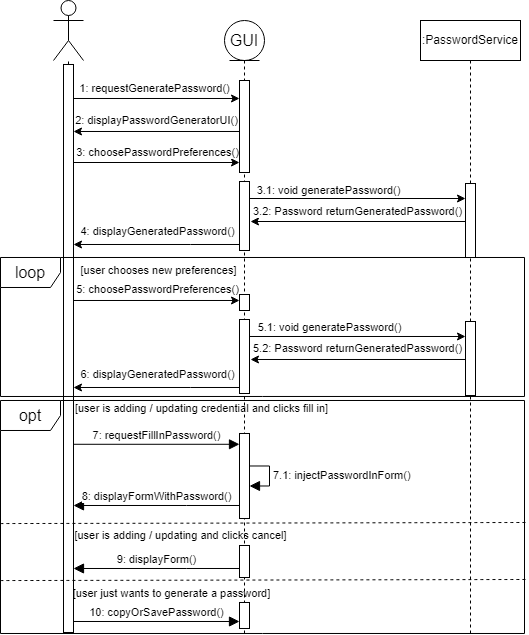
NemesisXVll/SDPGroupRepo keeps this draw.io diagram as Diagrams/GeneratePassword_SD.drawio.png. Above is the earlier version. Source tidied: cells renumbered, new cells last; positions are measured from the earlier drawing's top-left corner, leaving out a move shared by most shapes.
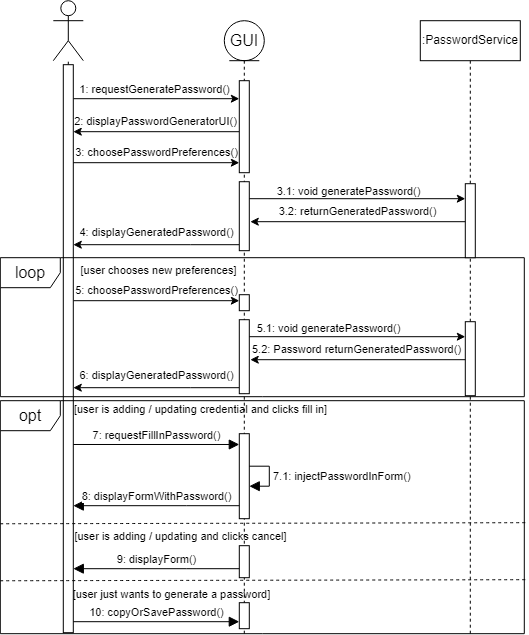
The same file after the commit.

Diff of the diagram source:
```diff
@@ -8,75 +8,75 @@
     <mxCell id="3" style="html=1;points=[];perimeter=orthogonalPerimeter;outlineConnect=0;targetShapes=umlLifeline;portConstraint=eastwest;newEdgeStyle={&quot;edgeStyle&quot;:&quot;elbowEdgeStyle&quot;,&quot;elbow&quot;:&quot;vertical&quot;,&quot;curved&quot;:0,&quot;rounded&quot;:0};" parent="2" vertex="1">
       <mxGeometry x="45" y="301" width="10" height="74" as="geometry" />
     </mxCell>
-    <mxCell id="4" style="shape=umlActor;verticalLabelPosition=bottom;verticalAlign=top;html=1;outlineConnect=0;" parent="1" vertex="1">
-      <mxGeometry x="53" width="30" height="60" as="geometry" />
-    </mxCell>
-    <mxCell id="5" style="endArrow=none;dashed=1;html=1;rounded=0;" parent="1" edge="1" source="22" target="4">
-      <mxGeometry relative="1" as="geometry" />
-    </mxCell>
-    <mxCell id="6" style="endArrow=classic;html=1;rounded=0;" parent="1" edge="1">
-      <mxGeometry relative="1" as="geometry">
-        <mxPoint x="73" y="98" as="sourcePoint" />
-        <mxPoint x="239" y="98" as="targetPoint" />
-      </mxGeometry>
-    </mxCell>
+    <mxCell id="49" style="shape=umlActor;verticalLabelPosition=bottom;verticalAlign=top;html=1;outlineConnect=0;" parent="1" vertex="1">
+      <mxGeometry x="53" width="30" height="60" as="geometry" />
+    </mxCell>
+    <mxCell id="50" style="endArrow=none;dashed=1;html=1;rounded=0;" parent="1" edge="1" source="57" target="49">
+      <mxGeometry relative="1" as="geometry" />
+    </mxCell>
+    <mxCell id="51" style="endArrow=classic;html=1;rounded=0;" parent="1" edge="1">
+      <mxGeometry relative="1" as="geometry">
+        <mxPoint x="73" y="98" as="sourcePoint" />
+        <mxPoint x="239" y="98" as="targetPoint" />
+      </mxGeometry>
+    </mxCell>
-    <mxCell id="7" value="1: requestGeneratePassword()" style="edgeLabel;html=1;align=center;verticalAlign=middle;fontSize=11;" parent="6" vertex="1">
+    <mxCell id="7" value="1: requestGeneratePassword()" style="edgeLabel;html=1;align=center;verticalAlign=middle;fontSize=11;" parent="51" vertex="1">
       <mxGeometry y="2" relative="1" as="geometry">
         <mxPoint x="-2" y="-8" as="offset" />
       </mxGeometry>
     </mxCell>
-    <mxCell id="8" style="endArrow=classic;html=1;rounded=0;" parent="1" edge="1">
-      <mxGeometry relative="1" as="geometry">
-        <mxPoint x="239" y="131" as="sourcePoint" />
-        <mxPoint x="73" y="131" as="targetPoint" />
-      </mxGeometry>
-    </mxCell>
+    <mxCell id="52" style="endArrow=classic;html=1;rounded=0;" parent="1" edge="1">
+      <mxGeometry relative="1" as="geometry">
+        <mxPoint x="239" y="131" as="sourcePoint" />
+        <mxPoint x="73" y="131" as="targetPoint" />
+      </mxGeometry>
+    </mxCell>
-    <mxCell id="9" value="2: displayPasswordGeneratorUI()" style="edgeLabel;html=1;align=center;verticalAlign=middle;fontSize=11;" parent="8" vertex="1">
+    <mxCell id="9" value="2: displayPasswordGeneratorUI()" style="edgeLabel;html=1;align=center;verticalAlign=middle;fontSize=11;" parent="52" vertex="1">
       <mxGeometry x="0.01" relative="1" as="geometry">
         <mxPoint y="-11" as="offset" />
       </mxGeometry>
     </mxCell>
-    <mxCell id="10" style="endArrow=classic;html=1;rounded=0;" parent="1" edge="1">
-      <mxGeometry relative="1" as="geometry">
-        <mxPoint x="73" y="300" as="sourcePoint" />
-        <mxPoint x="239" y="300" as="targetPoint" />
-      </mxGeometry>
-    </mxCell>
+    <mxCell id="53" style="endArrow=classic;html=1;rounded=0;" parent="1" edge="1">
+      <mxGeometry relative="1" as="geometry">
+        <mxPoint x="73" y="300" as="sourcePoint" />
+        <mxPoint x="239" y="300" as="targetPoint" />
+      </mxGeometry>
+    </mxCell>
-    <mxCell id="11" value="5: choosePasswordPreferences()" style="edgeLabel;html=1;align=center;verticalAlign=middle;" parent="10" vertex="1">
+    <mxCell id="11" value="5: choosePasswordPreferences()" style="edgeLabel;html=1;align=center;verticalAlign=middle;" parent="53" vertex="1">
       <mxGeometry relative="1" as="geometry">
         <mxPoint y="-11" as="offset" />
       </mxGeometry>
     </mxCell>
-    <mxCell id="12" style="endArrow=classic;html=1;rounded=0;" parent="1" edge="1" target="3">
-      <mxGeometry relative="1" as="geometry">
-        <mxPoint x="248" y="336" as="sourcePoint" />
-      </mxGeometry>
-    </mxCell>
+    <mxCell id="54" style="endArrow=classic;html=1;rounded=0;" parent="1" edge="1" target="3">
+      <mxGeometry relative="1" as="geometry">
+        <mxPoint x="248" y="336" as="sourcePoint" />
+      </mxGeometry>
+    </mxCell>
-    <mxCell id="13" value="5.1: void generatePassword()" style="edgeLabel;html=1;align=center;verticalAlign=middle;" parent="12" vertex="1">
+    <mxCell id="13" value="5.1: void generatePassword()" style="edgeLabel;html=1;align=center;verticalAlign=middle;" parent="54" vertex="1">
       <mxGeometry relative="1" as="geometry">
         <mxPoint x="-29" y="-9" as="offset" />
       </mxGeometry>
     </mxCell>
-    <mxCell id="14" style="endArrow=classic;html=1;rounded=0;" parent="1" edge="1" source="3">
-      <mxGeometry relative="1" as="geometry">
-        <mxPoint x="250" y="359" as="targetPoint" />
-      </mxGeometry>
-    </mxCell>
+    <mxCell id="55" style="endArrow=classic;html=1;rounded=0;" parent="1" edge="1" source="3">
+      <mxGeometry relative="1" as="geometry">
+        <mxPoint x="250" y="359" as="targetPoint" />
+      </mxGeometry>
+    </mxCell>
-    <mxCell id="15" value="5.2: Password returnGeneratedPassword()" style="edgeLabel;html=1;align=center;verticalAlign=middle;" parent="14" vertex="1">
+    <mxCell id="15" value="5.2: Password returnGeneratedPassword()" style="edgeLabel;html=1;align=center;verticalAlign=middle;" parent="55" vertex="1">
       <mxGeometry relative="1" as="geometry">
         <mxPoint x="-1" y="-11" as="offset" />
       </mxGeometry>
     </mxCell>
-    <mxCell id="16" style="endArrow=classic;html=1;rounded=0;" parent="1" edge="1">
-      <mxGeometry relative="1" as="geometry">
-        <mxPoint x="239" y="387" as="sourcePoint" />
-        <mxPoint x="73" y="387" as="targetPoint" />
-        <Array as="points">
-          <mxPoint x="190" y="387" />
-        </Array>
-      </mxGeometry>
-    </mxCell>
+    <mxCell id="56" style="endArrow=classic;html=1;rounded=0;" parent="1" edge="1">
+      <mxGeometry relative="1" as="geometry">
+        <mxPoint x="239" y="387" as="sourcePoint" />
+        <mxPoint x="73" y="387" as="targetPoint" />
+        <Array as="points">
+          <mxPoint x="190" y="387" />
+        </Array>
+      </mxGeometry>
+    </mxCell>
-    <mxCell id="17" value="6: displayGeneratedPassword()" style="edgeLabel;html=1;align=center;verticalAlign=middle;" parent="16" vertex="1">
+    <mxCell id="17" value="6: displayGeneratedPassword()" style="edgeLabel;html=1;align=center;verticalAlign=middle;" parent="56" vertex="1">
       <mxGeometry relative="1" as="geometry">
         <mxPoint y="-13" as="offset" />
       </mxGeometry>
@@ -93,18 +93,18 @@
     <mxCell id="21" style="html=1;perimeter=orthogonalPerimeter;targetShapes=umlLifeline;newEdgeStyle={&quot;curved&quot;:0,&quot;rounded&quot;:0};fontSize=16;" parent="18" vertex="1">
       <mxGeometry x="15" y="525" width="10" height="32" as="geometry" />
     </mxCell>
-    <mxCell id="22" style="html=1;points=[[0,0,0,0,5],[0,1,0,0,-5],[1,0,0,0,5],[1,1,0,0,-5]];perimeter=orthogonalPerimeter;outlineConnect=0;targetShapes=umlLifeline;portConstraint=eastwest;newEdgeStyle={&quot;curved&quot;:0,&quot;rounded&quot;:0};fontSize=16;" parent="1" vertex="1">
-      <mxGeometry x="63" y="64" width="10" height="568" as="geometry" />
-    </mxCell>
+    <mxCell id="57" style="html=1;points=[[0,0,0,0,5],[0,1,0,0,-5],[1,0,0,0,5],[1,1,0,0,-5]];perimeter=orthogonalPerimeter;outlineConnect=0;targetShapes=umlLifeline;portConstraint=eastwest;newEdgeStyle={&quot;curved&quot;:0,&quot;rounded&quot;:0};fontSize=16;" parent="1" vertex="1">
+      <mxGeometry x="63" y="64" width="10" height="568" as="geometry" />
+    </mxCell>
     <mxCell id="23" value="opt" style="shape=umlFrame;whiteSpace=wrap;html=1;fontSize=16;" parent="1" vertex="1">
       <mxGeometry y="400" width="524" height="233" as="geometry" />
     </mxCell>
-    <mxCell id="24" style="endArrow=none;dashed=1;html=1;rounded=0;fontSize=12;startSize=8;endSize=8;curved=1;entryX=1.008;entryY=0.256;entryDx=0;entryDy=0;entryPerimeter=0;exitX=0.002;exitY=0.26;exitDx=0;exitDy=0;exitPerimeter=0;" parent="1" edge="1">
-      <mxGeometry relative="1" as="geometry">
-        <mxPoint y="523.1" as="sourcePoint" />
-        <mxPoint x="527.1" y="522" as="targetPoint" />
-      </mxGeometry>
-    </mxCell>
+    <mxCell id="58" style="endArrow=none;dashed=1;html=1;rounded=0;fontSize=12;startSize=8;endSize=8;curved=1;entryX=1.008;entryY=0.256;entryDx=0;entryDy=0;entryPerimeter=0;exitX=0.002;exitY=0.26;exitDx=0;exitDy=0;exitPerimeter=0;" parent="1" edge="1">
+      <mxGeometry relative="1" as="geometry">
+        <mxPoint y="523.1" as="sourcePoint" />
+        <mxPoint x="527.1" y="522" as="targetPoint" />
+      </mxGeometry>
+    </mxCell>
     <mxCell id="25" value="[user is adding / updating credential and clicks fill in]" style="text;html=1;align=center;verticalAlign=middle;strokeColor=none;fillColor=none;fontSize=11;" parent="1" vertex="1">
       <mxGeometry x="65" y="396" width="271" height="25" as="geometry" />
     </mxCell>
@@ -117,70 +117,70 @@
     <mxCell id="28" value="[user chooses new preferences]" style="text;html=1;align=center;verticalAlign=middle;strokeColor=none;fillColor=none;fontSize=11;" parent="1" vertex="1">
       <mxGeometry x="71" y="257" width="174" height="25" as="geometry" />
     </mxCell>
-    <mxCell id="29" style="html=1;points=[];perimeter=orthogonalPerimeter;outlineConnect=0;targetShapes=umlLifeline;portConstraint=eastwest;newEdgeStyle={&quot;edgeStyle&quot;:&quot;elbowEdgeStyle&quot;,&quot;elbow&quot;:&quot;vertical&quot;,&quot;curved&quot;:0,&quot;rounded&quot;:0};" parent="1" vertex="1">
-      <mxGeometry x="465" y="183" width="10" height="74" as="geometry" />
-    </mxCell>
-    <mxCell id="30" style="endArrow=classic;html=1;rounded=0;" parent="1" edge="1">
-      <mxGeometry relative="1" as="geometry">
-        <mxPoint x="73" y="162" as="sourcePoint" />
-        <mxPoint x="239" y="162" as="targetPoint" />
-      </mxGeometry>
-    </mxCell>
+    <mxCell id="59" style="html=1;points=[];perimeter=orthogonalPerimeter;outlineConnect=0;targetShapes=umlLifeline;portConstraint=eastwest;newEdgeStyle={&quot;edgeStyle&quot;:&quot;elbowEdgeStyle&quot;,&quot;elbow&quot;:&quot;vertical&quot;,&quot;curved&quot;:0,&quot;rounded&quot;:0};" parent="1" vertex="1">
+      <mxGeometry x="465" y="183" width="10" height="74" as="geometry" />
+    </mxCell>
+    <mxCell id="60" style="endArrow=classic;html=1;rounded=0;" parent="1" edge="1">
+      <mxGeometry relative="1" as="geometry">
+        <mxPoint x="73" y="162" as="sourcePoint" />
+        <mxPoint x="239" y="162" as="targetPoint" />
+      </mxGeometry>
+    </mxCell>
-    <mxCell id="31" value="3: choosePasswordPreferences()" style="edgeLabel;html=1;align=center;verticalAlign=middle;" parent="30" vertex="1">
+    <mxCell id="31" value="3: choosePasswordPreferences()" style="edgeLabel;html=1;align=center;verticalAlign=middle;" parent="60" vertex="1">
       <mxGeometry relative="1" as="geometry">
         <mxPoint y="-11" as="offset" />
       </mxGeometry>
     </mxCell>
-    <mxCell id="32" style="endArrow=classic;html=1;rounded=0;" parent="1" edge="1" target="29">
-      <mxGeometry relative="1" as="geometry">
-        <mxPoint x="248" y="198" as="sourcePoint" />
-      </mxGeometry>
-    </mxCell>
+    <mxCell id="61" style="endArrow=classic;html=1;rounded=0;" parent="1" edge="1" target="59">
+      <mxGeometry relative="1" as="geometry">
+        <mxPoint x="248" y="198" as="sourcePoint" />
+      </mxGeometry>
+    </mxCell>
-    <mxCell id="33" value="3.1: void generatePassword()" style="edgeLabel;html=1;align=center;verticalAlign=middle;" parent="32" vertex="1">
+    <mxCell id="33" value="3.1: void generatePassword()" style="edgeLabel;html=1;align=center;verticalAlign=middle;" parent="61" vertex="1">
       <mxGeometry relative="1" as="geometry">
-        <mxPoint x="-29" y="-9" as="offset" />
+        <mxPoint x="-8" y="-8" as="offset" />
       </mxGeometry>
     </mxCell>
-    <mxCell id="34" style="endArrow=classic;html=1;rounded=0;" parent="1" edge="1" source="29">
-      <mxGeometry relative="1" as="geometry">
-        <mxPoint x="250" y="221" as="targetPoint" />
-      </mxGeometry>
-    </mxCell>
-    <mxCell id="35" value="3.2: Password returnGeneratedPassword()" style="edgeLabel;html=1;align=center;verticalAlign=middle;" parent="34" vertex="1">
-      <mxGeometry relative="1" as="geometry">
-        <mxPoint x="-1" y="-11" as="offset" />
-      </mxGeometry>
-    </mxCell>
-    <mxCell id="36" style="endArrow=classic;html=1;rounded=0;" parent="1" edge="1">
-      <mxGeometry relative="1" as="geometry">
-        <mxPoint x="239" y="244" as="sourcePoint" />
-        <mxPoint x="73" y="244" as="targetPoint" />
-        <Array as="points">
-          <mxPoint x="190" y="244" />
-        </Array>
-      </mxGeometry>
-    </mxCell>
+    <mxCell id="62" style="endArrow=classic;html=1;rounded=0;" parent="1" edge="1" source="59">
+      <mxGeometry relative="1" as="geometry">
+        <mxPoint x="250" y="221" as="targetPoint" />
+      </mxGeometry>
+    </mxCell>
+    <mxCell id="63" value="3.2: returnGeneratedPassword()" style="edgeLabel;html=1;align=center;verticalAlign=middle;" parent="62" vertex="1">
+      <mxGeometry relative="1" as="geometry">
+        <mxPoint x="-1" y="-11" as="offset" />
+      </mxGeometry>
+    </mxCell>
+    <mxCell id="64" style="endArrow=classic;html=1;rounded=0;" parent="1" edge="1">
+      <mxGeometry relative="1" as="geometry">
+        <mxPoint x="239" y="244" as="sourcePoint" />
+        <mxPoint x="73" y="244" as="targetPoint" />
+        <Array as="points">
+          <mxPoint x="190" y="244" />
+        </Array>
+      </mxGeometry>
+    </mxCell>
-    <mxCell id="37" value="4: displayGeneratedPassword()" style="edgeLabel;html=1;align=center;verticalAlign=middle;" parent="36" vertex="1">
+    <mxCell id="37" value="4: displayGeneratedPassword()" style="edgeLabel;html=1;align=center;verticalAlign=middle;" parent="64" vertex="1">
       <mxGeometry relative="1" as="geometry">
         <mxPoint y="-13" as="offset" />
       </mxGeometry>
     </mxCell>
-    <mxCell id="38" style="html=1;perimeter=orthogonalPerimeter;targetShapes=umlLifeline;newEdgeStyle={&quot;curved&quot;:0,&quot;rounded&quot;:0};fontSize=16;" parent="1" vertex="1">
-      <mxGeometry x="239" y="181" width="10" height="69" as="geometry" />
-    </mxCell>
-    <mxCell id="39" style="html=1;perimeter=orthogonalPerimeter;targetShapes=umlLifeline;newEdgeStyle={&quot;curved&quot;:0,&quot;rounded&quot;:0};fontSize=16;" parent="1" vertex="1">
-      <mxGeometry x="239" y="294" width="10" height="16" as="geometry" />
-    </mxCell>
-    <mxCell id="40" style="html=1;points=[[0,0,0,0,5],[0,1,0,0,-5],[1,0,0,0,5],[1,1,0,0,-5]];perimeter=orthogonalPerimeter;outlineConnect=0;targetShapes=umlLifeline;portConstraint=eastwest;newEdgeStyle={&quot;curved&quot;:0,&quot;rounded&quot;:0};fontSize=16;" parent="1" vertex="1">
-      <mxGeometry x="239" y="433" width="10" height="85" as="geometry" />
-    </mxCell>
+    <mxCell id="65" style="html=1;perimeter=orthogonalPerimeter;targetShapes=umlLifeline;newEdgeStyle={&quot;curved&quot;:0,&quot;rounded&quot;:0};fontSize=16;" parent="1" vertex="1">
+      <mxGeometry x="239" y="181" width="10" height="69" as="geometry" />
+    </mxCell>
+    <mxCell id="66" style="html=1;perimeter=orthogonalPerimeter;targetShapes=umlLifeline;newEdgeStyle={&quot;curved&quot;:0,&quot;rounded&quot;:0};fontSize=16;" parent="1" vertex="1">
+      <mxGeometry x="239" y="294" width="10" height="16" as="geometry" />
+    </mxCell>
+    <mxCell id="67" style="html=1;points=[[0,0,0,0,5],[0,1,0,0,-5],[1,0,0,0,5],[1,1,0,0,-5]];perimeter=orthogonalPerimeter;outlineConnect=0;targetShapes=umlLifeline;portConstraint=eastwest;newEdgeStyle={&quot;curved&quot;:0,&quot;rounded&quot;:0};fontSize=16;" parent="1" vertex="1">
+      <mxGeometry x="239" y="433" width="10" height="85" as="geometry" />
+    </mxCell>
     <mxCell id="41" value="&lt;font style=&quot;font-size: 11px;&quot;&gt;7: requestFillInPassword()&lt;/font&gt;" style="html=1;verticalAlign=bottom;endArrow=block;curved=0;rounded=0;fontSize=12;startSize=8;endSize=8;" parent="1" edge="1">
       <mxGeometry relative="1" as="geometry">
         <mxPoint x="73" y="443.8" as="sourcePoint" />
         <mxPoint x="239" y="443.8" as="targetPoint" />
       </mxGeometry>
     </mxCell>
-    <mxCell id="42" value="&lt;font style=&quot;font-size: 11px;&quot;&gt;7.1: injectPasswordInForm()&lt;/font&gt;" style="html=1;align=left;spacingLeft=2;endArrow=block;rounded=0;edgeStyle=orthogonalEdgeStyle;curved=0;rounded=0;fontSize=12;startSize=8;endSize=8;" parent="1" edge="1" source="40" target="40">
+    <mxCell id="42" value="&lt;font style=&quot;font-size: 11px;&quot;&gt;7.1: injectPasswordInForm()&lt;/font&gt;" style="html=1;align=left;spacingLeft=2;endArrow=block;rounded=0;edgeStyle=orthogonalEdgeStyle;curved=0;rounded=0;fontSize=12;startSize=8;endSize=8;" parent="1" edge="1" source="67" target="67">
       <mxGeometry relative="1" as="geometry" />
     </mxCell>
     <mxCell id="43" value="&lt;font style=&quot;font-size: 11px;&quot;&gt;8: displayFormWithPassword()&lt;/font&gt;" style="html=1;verticalAlign=bottom;endArrow=block;curved=0;rounded=0;fontSize=12;startSize=8;endSize=8;" parent="1" edge="1">
@@ -201,18 +201,18 @@
         </Array>
       </mxGeometry>
     </mxCell>
-    <mxCell id="45" style="endArrow=none;dashed=1;html=1;rounded=0;fontSize=12;startSize=8;endSize=8;curved=1;entryX=1.008;entryY=0.256;entryDx=0;entryDy=0;entryPerimeter=0;exitX=0.002;exitY=0.26;exitDx=0;exitDy=0;exitPerimeter=0;" parent="1" edge="1">
-      <mxGeometry relative="1" as="geometry">
-        <mxPoint y="580.1" as="sourcePoint" />
-        <mxPoint x="527.1" y="579" as="targetPoint" />
-      </mxGeometry>
-    </mxCell>
+    <mxCell id="68" style="endArrow=none;dashed=1;html=1;rounded=0;fontSize=12;startSize=8;endSize=8;curved=1;entryX=1.008;entryY=0.256;entryDx=0;entryDy=0;entryPerimeter=0;exitX=0.002;exitY=0.26;exitDx=0;exitDy=0;exitPerimeter=0;" parent="1" edge="1">
+      <mxGeometry relative="1" as="geometry">
+        <mxPoint y="580.1" as="sourcePoint" />
+        <mxPoint x="527.1" y="579" as="targetPoint" />
+      </mxGeometry>
+    </mxCell>
     <mxCell id="46" value="[user just wants to generate a password]" style="text;html=1;align=center;verticalAlign=middle;strokeColor=none;fillColor=none;fontSize=11;" parent="1" vertex="1">
       <mxGeometry x="63" y="581" width="216" height="25" as="geometry" />
     </mxCell>
-    <mxCell id="47" style="html=1;perimeter=orthogonalPerimeter;targetShapes=umlLifeline;newEdgeStyle={&quot;curved&quot;:0,&quot;rounded&quot;:0};fontSize=16;" parent="1" vertex="1">
-      <mxGeometry x="239" y="602" width="10" height="26" as="geometry" />
-    </mxCell>
+    <mxCell id="69" style="html=1;perimeter=orthogonalPerimeter;targetShapes=umlLifeline;newEdgeStyle={&quot;curved&quot;:0,&quot;rounded&quot;:0};fontSize=16;" parent="1" vertex="1">
+      <mxGeometry x="239" y="602" width="10" height="26" as="geometry" />
+    </mxCell>
     <mxCell id="48" value="&lt;font style=&quot;font-size: 11px;&quot;&gt;10: copyOrSavePassword()&lt;/font&gt;" style="html=1;verticalAlign=bottom;endArrow=block;curved=0;rounded=0;fontSize=12;startSize=8;endSize=8;" parent="1" edge="1">
       <mxGeometry relative="1" as="geometry">
         <mxPoint x="73" y="621" as="sourcePoint" />
```
